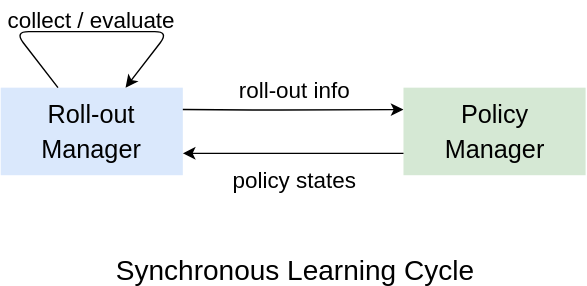
This is docs/source/images/rl/learning_cycle.svg from microsoft/maro, a draw.io export, as it was before one commit. Source tidied: cells renumbered, new cells last; positions are measured from the earlier drawing's top-left corner, leaving out a move shared by most shapes. Source of this version:
```xml
<mxGraphModel>
  <root>
    <mxCell id="0" />
    <mxCell id="1" parent="0" />
    <mxCell id="2" value="&lt;font style=&quot;font-size: 18px&quot;&gt;Roll-out Manager&lt;/font&gt;" style="rounded=0;whiteSpace=wrap;html=1;fontSize=20;fillColor=#dae8fc;strokeColor=none;" parent="1" vertex="1">
      <mxGeometry y="60" width="130" height="62.5" as="geometry" />
    </mxCell>
    <mxCell id="3" style="endArrow=classic;html=1;fontSize=20;spacingTop=0;" parent="1" edge="1" source="2" target="2">
      <mxGeometry relative="1" as="geometry">
        <Array as="points">
          <mxPoint x="120" y="20" />
        </Array>
      </mxGeometry>
    </mxCell>
    <mxCell id="4" value="&lt;font style=&quot;font-size: 16px&quot;&gt;collect / evaluate&lt;/font&gt;" style="text;html=1;strokeColor=none;fillColor=none;align=center;verticalAlign=middle;whiteSpace=wrap;rounded=0;fontSize=20;" parent="1" vertex="1">
      <mxGeometry width="130" height="20" as="geometry" />
    </mxCell>
    <mxCell id="5" style="endArrow=classic;html=1;fontSize=20;exitX=1;exitY=0.25;exitDx=0;exitDy=0;entryX=0;entryY=0.25;entryDx=0;entryDy=0;" parent="1" edge="1" source="2" target="7">
      <mxGeometry relative="1" as="geometry">
        <Array as="points">
          <mxPoint x="190" y="76" />
        </Array>
      </mxGeometry>
    </mxCell>
    <mxCell id="6" value="&lt;font style=&quot;font-size: 16px&quot;&gt;roll-out info&lt;/font&gt;" style="text;html=1;strokeColor=none;fillColor=none;align=center;verticalAlign=middle;whiteSpace=wrap;rounded=0;fontSize=20;" parent="1" vertex="1">
      <mxGeometry x="160" y="50" width="100" height="20" as="geometry" />
    </mxCell>
    <mxCell id="7" value="&lt;font style=&quot;font-size: 18px&quot;&gt;Policy&lt;br&gt;Manager&lt;/font&gt;" style="rounded=0;whiteSpace=wrap;html=1;fontSize=20;fillColor=#d5e8d4;strokeColor=none;" parent="1" vertex="1">
      <mxGeometry x="287.5" y="60" width="130" height="62.5" as="geometry" />
    </mxCell>
    <mxCell id="8" style="endArrow=classic;html=1;fontSize=20;exitX=0;exitY=0.75;exitDx=0;exitDy=0;entryX=1;entryY=0.75;entryDx=0;entryDy=0;" parent="1" edge="1" source="7" target="2">
      <mxGeometry relative="1" as="geometry" />
    </mxCell>
    <mxCell id="9" value="&lt;font style=&quot;font-size: 16px&quot;&gt;policy states&lt;/font&gt;" style="text;html=1;strokeColor=none;fillColor=none;align=center;verticalAlign=middle;whiteSpace=wrap;rounded=0;fontSize=20;" parent="1" vertex="1">
      <mxGeometry x="155" y="100" width="110" height="47.5" as="geometry" />
    </mxCell>
    <mxCell id="10" value="Synchronous Learning Cycle" style="text;html=1;strokeColor=none;fillColor=none;align=center;verticalAlign=middle;whiteSpace=wrap;rounded=0;fontSize=20;" parent="1" vertex="1">
      <mxGeometry x="73.5" y="180" width="273" height="20" as="geometry" />
    </mxCell>
  </root>
</mxGraphModel>
```
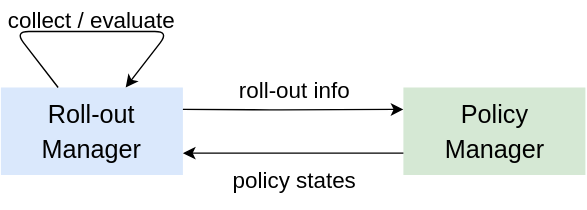
After the commit.

The edit, as a diff of the source:
```diff
@@ -34,8 +34,5 @@
     <mxCell id="9" value="&lt;font style=&quot;font-size: 16px&quot;&gt;policy states&lt;/font&gt;" style="text;html=1;strokeColor=none;fillColor=none;align=center;verticalAlign=middle;whiteSpace=wrap;rounded=0;fontSize=20;" parent="1" vertex="1">
       <mxGeometry x="155" y="100" width="110" height="47.5" as="geometry" />
     </mxCell>
-    <mxCell id="10" value="Synchronous Learning Cycle" style="text;html=1;strokeColor=none;fillColor=none;align=center;verticalAlign=middle;whiteSpace=wrap;rounded=0;fontSize=20;" parent="1" vertex="1">
-      <mxGeometry x="73.5" y="180" width="273" height="20" as="geometry" />
-    </mxCell>
   </root>
 </mxGraphModel>
```
